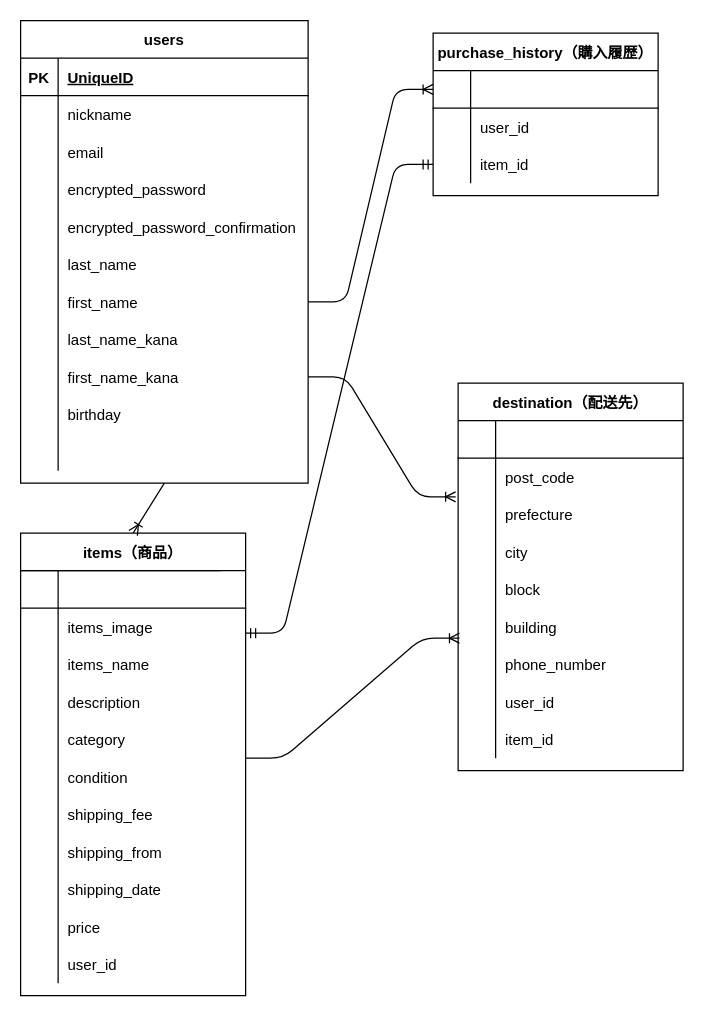
Before: furima.dio in btpgy54/furima-37674, a draw.io diagram. Source tidied: cells renumbered, new cells numbered last; positions are measured from the earlier drawing's top-left corner, leaving out a move shared by most shapes. Both pictures are drawn from the tidied source at 125%, with x=0, y=0 at pixel (20, 20).
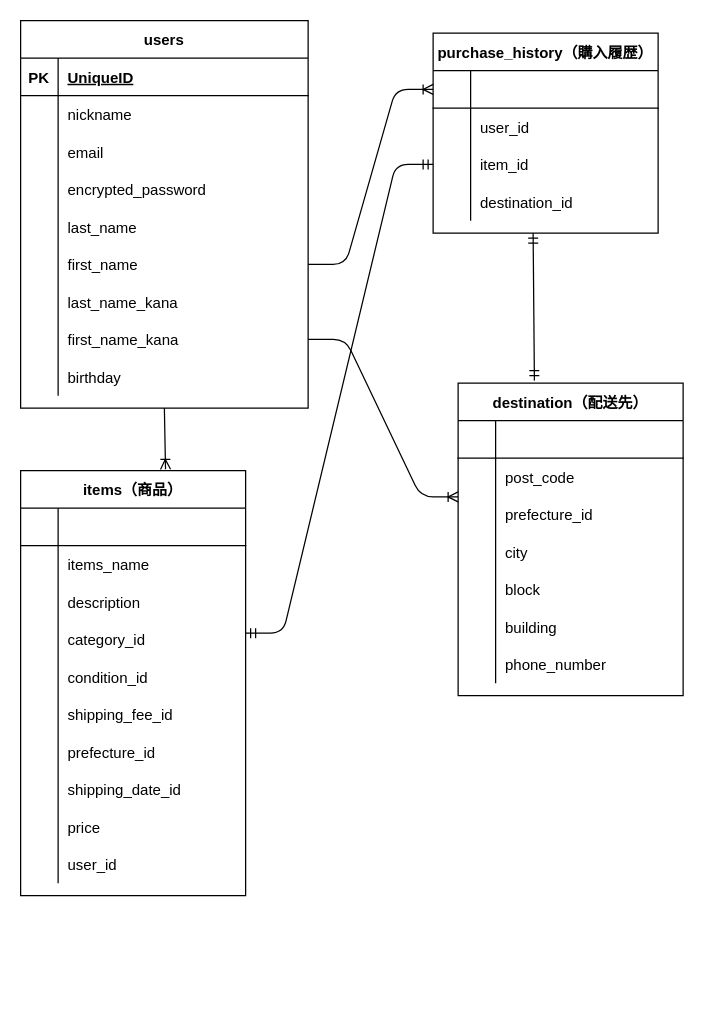
After the change.

Commit message (it also covers changes not shown here):
データベース設計の修正

The change refers to these unchanged cells:
```xml
<mxCell id="43" style="shape=partialRectangle;fillColor=none;top=0;left=0;bottom=0;right=0;points=[[0,0.5],[1,0.5]];portConstraint=eastwest;" parent="36" vertex="1">
  <mxGeometry y="90" width="180" height="30" as="geometry" />
</mxCell>
<mxCell id="52" style="shape=partialRectangle;fillColor=none;top=0;left=0;bottom=0;right=0;points=[[0,0.5],[1,0.5]];portConstraint=eastwest;" parent="36" vertex="1">
  <mxGeometry y="180" width="180" height="30" as="geometry" />
</mxCell>
```

The edit, as a diff of the source:
```diff
@@
     <mxCell id="2" value="users" style="shape=table;startSize=30;childLayout=tableLayout;rowLines=0;fontStyle=1;align=center;" parent="1" vertex="1">
-      <mxGeometry width="230" height="370" as="geometry" />
+      <mxGeometry width="230" height="310" as="geometry" />
     </mxCell>
@@
-    <mxCell id="15" style="shape=partialRectangle;fillColor=none;top=0;left=0;bottom=0;right=0;" parent="2" vertex="1">
-      <mxGeometry y="150" width="230" height="30" as="geometry" />
-    </mxCell>
-    <mxCell id="16" style="shape=partialRectangle;fillColor=none;top=0;left=0;bottom=0;right=0;overflow=hidden;" parent="15" vertex="1">
-      <mxGeometry width="30" height="30" as="geometry" />
-    </mxCell>
-    <mxCell id="17" value="encrypted_password_confirmation" style="shape=partialRectangle;fillColor=none;top=0;left=0;bottom=0;right=0;align=left;spacingLeft=6;overflow=hidden;" parent="15" vertex="1">
-      <mxGeometry x="30" width="200" height="30" as="geometry" />
-    </mxCell>
     <mxCell id="18" style="shape=partialRectangle;fillColor=none;top=0;left=0;bottom=0;right=0;" parent="2" vertex="1">
-      <mxGeometry y="180" width="230" height="30" as="geometry" />
+      <mxGeometry y="150" width="230" height="30" as="geometry" />
     </mxCell>
@@
     <mxCell id="21" style="shape=partialRectangle;fillColor=none;top=0;left=0;bottom=0;right=0;points=[[0,0.5],[1,0.5]];portConstraint=eastwest;" parent="2" vertex="1">
-      <mxGeometry y="210" width="230" height="30" as="geometry" />
+      <mxGeometry y="180" width="230" height="30" as="geometry" />
     </mxCell>
@@
     <mxCell id="24" style="shape=partialRectangle;fillColor=none;top=0;left=0;bottom=0;right=0;" parent="2" vertex="1">
-      <mxGeometry y="240" width="230" height="30" as="geometry" />
+      <mxGeometry y="210" width="230" height="30" as="geometry" />
     </mxCell>
@@
     <mxCell id="27" style="shape=partialRectangle;fillColor=none;top=0;left=0;bottom=0;right=0;points=[[0,0.5],[1,0.5]];portConstraint=eastwest;" parent="2" vertex="1">
-      <mxGeometry y="270" width="230" height="30" as="geometry" />
+      <mxGeometry y="240" width="230" height="30" as="geometry" />
     </mxCell>
@@
     <mxCell id="30" style="shape=partialRectangle;fillColor=none;top=0;left=0;bottom=0;right=0;" parent="2" vertex="1">
-      <mxGeometry y="300" width="230" height="30" as="geometry" />
+      <mxGeometry y="270" width="230" height="30" as="geometry" />
     </mxCell>
@@
-    <mxCell id="33" style="shape=partialRectangle;fillColor=none;top=0;left=0;bottom=0;right=0;" parent="2" vertex="1">
-      <mxGeometry y="330" width="230" height="30" as="geometry" />
-    </mxCell>
-    <mxCell id="34" style="shape=partialRectangle;fillColor=none;top=0;left=0;bottom=0;right=0;overflow=hidden;" parent="33" vertex="1">
-      <mxGeometry width="30" height="30" as="geometry" />
-    </mxCell>
-    <mxCell id="35" style="shape=partialRectangle;fillColor=none;top=0;left=0;bottom=0;right=0;align=left;spacingLeft=6;overflow=hidden;" parent="33" vertex="1">
-      <mxGeometry x="30" width="200" height="30" as="geometry" />
-    </mxCell>
     <mxCell id="36" value="destination（配送先）" style="shape=table;startSize=30;childLayout=tableLayout;rowLines=0;fontStyle=1;align=center;" parent="1" vertex="1">
-      <mxGeometry x="350" y="290" width="180" height="310" as="geometry" />
+      <mxGeometry x="350" y="290" width="180" height="250" as="geometry" />
     </mxCell>
@@
-    <mxCell id="45" value="prefecture" style="shape=partialRectangle;fillColor=none;top=0;left=0;bottom=0;right=0;align=left;spacingLeft=6;overflow=hidden;" parent="43" vertex="1">
+    <mxCell id="45" value="prefecture_id" style="shape=partialRectangle;fillColor=none;top=0;left=0;bottom=0;right=0;align=left;spacingLeft=6;overflow=hidden;" parent="43" vertex="1">
       <mxGeometry x="30" width="150" height="30" as="geometry" />
     </mxCell>
@@
-    <mxCell id="58" style="shape=partialRectangle;fillColor=none;top=0;left=0;bottom=0;right=0;" parent="36" vertex="1">
-      <mxGeometry y="240" width="180" height="30" as="geometry" />
-    </mxCell>
-    <mxCell id="59" style="shape=partialRectangle;fillColor=none;top=0;left=0;bottom=0;right=0;overflow=hidden;" parent="58" vertex="1">
-      <mxGeometry width="30" height="30" as="geometry" />
-    </mxCell>
-    <mxCell id="60" value="user_id" style="shape=partialRectangle;fillColor=none;top=0;left=0;bottom=0;right=0;align=left;spacingLeft=6;overflow=hidden;" parent="58" vertex="1">
-      <mxGeometry x="30" width="150" height="30" as="geometry" />
-    </mxCell>
-    <mxCell id="61" style="shape=partialRectangle;fillColor=none;top=0;left=0;bottom=0;right=0;" parent="36" vertex="1">
-      <mxGeometry y="270" width="180" height="30" as="geometry" />
-    </mxCell>
-    <mxCell id="62" style="shape=partialRectangle;fillColor=none;top=0;left=0;bottom=0;right=0;overflow=hidden;" parent="61" vertex="1">
-      <mxGeometry width="30" height="30" as="geometry" />
-    </mxCell>
-    <mxCell id="63" value="item_id" style="shape=partialRectangle;fillColor=none;top=0;left=0;bottom=0;right=0;align=left;spacingLeft=6;overflow=hidden;" parent="61" vertex="1">
-      <mxGeometry x="30" width="150" height="30" as="geometry" />
-    </mxCell>
     <mxCell id="64" value="items（商品）" style="shape=table;startSize=30;childLayout=tableLayout;rowLines=0;fontStyle=1;align=center;" parent="1" vertex="1">
-      <mxGeometry y="410" width="180" height="370" as="geometry" />
+      <mxGeometry y="360" width="180" height="340" as="geometry" />
     </mxCell>
@@
-    <mxCell id="68" style="shape=partialRectangle;fillColor=none;top=0;left=0;bottom=0;right=0;" parent="64" vertex="1">
-      <mxGeometry y="60" width="180" height="30" as="geometry" />
-    </mxCell>
-    <mxCell id="69" style="shape=partialRectangle;fillColor=none;top=0;left=0;bottom=0;right=0;overflow=hidden;" parent="68" vertex="1">
-      <mxGeometry width="30" height="30" as="geometry" />
-    </mxCell>
-    <mxCell id="70" value="items_image" style="shape=partialRectangle;fillColor=none;top=0;left=0;bottom=0;right=0;align=left;spacingLeft=6;overflow=hidden;" parent="68" vertex="1">
-      <mxGeometry x="30" width="150" height="30" as="geometry" />
-    </mxCell>
     <mxCell id="71" style="shape=partialRectangle;fillColor=none;top=0;left=0;bottom=0;right=0;" parent="64" vertex="1">
-      <mxGeometry y="90" width="180" height="30" as="geometry" />
+      <mxGeometry y="60" width="180" height="30" as="geometry" />
     </mxCell>
@@
     <mxCell id="74" style="shape=partialRectangle;fillColor=none;top=0;left=0;bottom=0;right=0;" parent="64" vertex="1">
-      <mxGeometry y="120" width="180" height="30" as="geometry" />
+      <mxGeometry y="90" width="180" height="30" as="geometry" />
     </mxCell>
@@
     <mxCell id="77" style="shape=partialRectangle;fillColor=none;top=0;left=0;bottom=0;right=0;" parent="64" vertex="1">
-      <mxGeometry y="150" width="180" height="30" as="geometry" />
+      <mxGeometry y="120" width="180" height="30" as="geometry" />
     </mxCell>
@@
-    <mxCell id="79" value="category" style="shape=partialRectangle;fillColor=none;top=0;left=0;bottom=0;right=0;align=left;spacingLeft=6;overflow=hidden;" parent="77" vertex="1">
+    <mxCell id="79" value="category_id" style="shape=partialRectangle;fillColor=none;top=0;left=0;bottom=0;right=0;align=left;spacingLeft=6;overflow=hidden;" parent="77" vertex="1">
       <mxGeometry x="30" width="150" height="30" as="geometry" />
     </mxCell>
     <mxCell id="80" style="shape=partialRectangle;fillColor=none;top=0;left=0;bottom=0;right=0;" parent="64" vertex="1">
-      <mxGeometry y="180" width="180" height="30" as="geometry" />
+      <mxGeometry y="150" width="180" height="30" as="geometry" />
     </mxCell>
@@
-    <mxCell id="82" value="condition" style="shape=partialRectangle;fillColor=none;top=0;left=0;bottom=0;right=0;align=left;spacingLeft=6;overflow=hidden;" parent="80" vertex="1">
+    <mxCell id="82" value="condition_id" style="shape=partialRectangle;fillColor=none;top=0;left=0;bottom=0;right=0;align=left;spacingLeft=6;overflow=hidden;" parent="80" vertex="1">
       <mxGeometry x="30" width="150" height="30" as="geometry" />
     </mxCell>
     <mxCell id="83" style="shape=partialRectangle;fillColor=none;top=0;left=0;bottom=0;right=0;" parent="64" vertex="1">
-      <mxGeometry y="210" width="180" height="30" as="geometry" />
+      <mxGeometry y="180" width="180" height="30" as="geometry" />
     </mxCell>
@@
-    <mxCell id="85" value="shipping_fee" style="shape=partialRectangle;fillColor=none;top=0;left=0;bottom=0;right=0;align=left;spacingLeft=6;overflow=hidden;" parent="83" vertex="1">
+    <mxCell id="85" value="shipping_fee_id" style="shape=partialRectangle;fillColor=none;top=0;left=0;bottom=0;right=0;align=left;spacingLeft=6;overflow=hidden;" parent="83" vertex="1">
       <mxGeometry x="30" width="150" height="30" as="geometry" />
     </mxCell>
     <mxCell id="86" style="shape=partialRectangle;fillColor=none;top=0;left=0;bottom=0;right=0;" parent="64" vertex="1">
-      <mxGeometry y="240" width="180" height="30" as="geometry" />
+      <mxGeometry y="210" width="180" height="30" as="geometry" />
     </mxCell>
@@
-    <mxCell id="88" value="shipping_from" style="shape=partialRectangle;fillColor=none;top=0;left=0;bottom=0;right=0;align=left;spacingLeft=6;overflow=hidden;" parent="86" vertex="1">
+    <mxCell id="88" value="prefecture_id" style="shape=partialRectangle;fillColor=none;top=0;left=0;bottom=0;right=0;align=left;spacingLeft=6;overflow=hidden;" parent="86" vertex="1">
       <mxGeometry x="30" width="150" height="30" as="geometry" />
     </mxCell>
     <mxCell id="89" style="shape=partialRectangle;fillColor=none;top=0;left=0;bottom=0;right=0;" parent="64" vertex="1">
-      <mxGeometry y="270" width="180" height="30" as="geometry" />
+      <mxGeometry y="240" width="180" height="30" as="geometry" />
     </mxCell>
@@
-    <mxCell id="91" value="shipping_date" style="shape=partialRectangle;fillColor=none;top=0;left=0;bottom=0;right=0;align=left;spacingLeft=6;overflow=hidden;" parent="89" vertex="1">
+    <mxCell id="91" value="shipping_date_id" style="shape=partialRectangle;fillColor=none;top=0;left=0;bottom=0;right=0;align=left;spacingLeft=6;overflow=hidden;" parent="89" vertex="1">
       <mxGeometry x="30" width="150" height="30" as="geometry" />
     </mxCell>
     <mxCell id="92" style="shape=partialRectangle;fillColor=none;top=0;left=0;bottom=0;right=0;" parent="64" vertex="1">
-      <mxGeometry y="300" width="180" height="30" as="geometry" />
+      <mxGeometry y="270" width="180" height="30" as="geometry" />
     </mxCell>
@@
     <mxCell id="95" style="shape=partialRectangle;fillColor=none;top=0;left=0;bottom=0;right=0;" parent="64" vertex="1">
-      <mxGeometry y="330" width="180" height="30" as="geometry" />
+      <mxGeometry y="300" width="180" height="30" as="geometry" />
     </mxCell>
@@
-    <mxCell id="98" style="endArrow=none;html=1;rounded=0;strokeColor=default;" parent="1" edge="1">
-      <mxGeometry relative="1" as="geometry">
-        <mxPoint y="440" as="sourcePoint" />
-        <mxPoint x="160" y="440" as="targetPoint" />
-      </mxGeometry>
-    </mxCell>
-    <mxCell id="99" style="fontSize=12;html=1;endArrow=ERoneToMany;strokeColor=default;exitX=0.5;exitY=1;exitDx=0;exitDy=0;" parent="1" edge="1" source="2">
-      <mxGeometry relative="1" as="geometry">
-        <mxPoint x="90" y="410" as="targetPoint" />
-      </mxGeometry>
+    <mxCell id="99" style="fontSize=12;html=1;endArrow=ERoneToMany;strokeColor=default;exitX=0.5;exitY=1;exitDx=0;exitDy=0;entryX=0.644;entryY=-0.003;entryDx=0;entryDy=0;entryPerimeter=0;" parent="1" edge="1" source="2" target="64">
+      <mxGeometry relative="1" as="geometry" />
     </mxCell>
-    <mxCell id="100" style="edgeStyle=entityRelationEdgeStyle;fontSize=12;html=1;endArrow=ERoneToMany;strokeColor=default;exitX=1;exitY=0.5;exitDx=0;exitDy=0;entryX=-0.011;entryY=0.033;entryDx=0;entryDy=0;entryPerimeter=0;" parent="1" edge="1" source="27" target="43">
-      <mxGeometry relative="1" as="geometry" />
+    <mxCell id="100" style="edgeStyle=entityRelationEdgeStyle;fontSize=12;html=1;endArrow=ERoneToMany;strokeColor=default;exitX=1;exitY=0.5;exitDx=0;exitDy=0;" parent="1" edge="1" source="27">
+      <mxGeometry relative="1" as="geometry">
+        <mxPoint x="350" y="381" as="targetPoint" />
+      </mxGeometry>
     </mxCell>
     <mxCell id="101" value="purchase_history（購入履歴）" style="shape=table;startSize=30;childLayout=tableLayout;rowLines=0;fontStyle=1;align=center;" parent="1" vertex="1">
-      <mxGeometry x="330" y="10" width="180" height="130" as="geometry" />
+      <mxGeometry x="330" y="10" width="180" height="160" as="geometry" />
     </mxCell>
@@
+    <mxCell id="114" style="shape=partialRectangle;fillColor=none;top=0;left=0;bottom=0;right=0;" parent="101" vertex="1">
+      <mxGeometry y="120" width="180" height="30" as="geometry" />
+    </mxCell>
+    <mxCell id="115" style="shape=partialRectangle;fillColor=none;top=0;left=0;bottom=0;right=0;overflow=hidden;" parent="114" vertex="1">
+      <mxGeometry width="30" height="30" as="geometry" />
+    </mxCell>
+    <mxCell id="116" value="destination_id" style="shape=partialRectangle;fillColor=none;top=0;left=0;bottom=0;right=0;align=left;spacingLeft=6;overflow=hidden;" parent="114" vertex="1">
+      <mxGeometry x="30" width="150" height="30" as="geometry" />
+    </mxCell>
@@
-    <mxCell id="113" style="edgeStyle=entityRelationEdgeStyle;fontSize=12;html=1;endArrow=ERoneToMany;entryX=0.006;entryY=0.8;entryDx=0;entryDy=0;entryPerimeter=0;" parent="1" edge="1" target="52">
-      <mxGeometry relative="1" as="geometry">
-        <mxPoint x="180" y="590" as="sourcePoint" />
-      </mxGeometry>
-    </mxCell>
+    <mxCell id="117" style="fontSize=12;html=1;endArrow=ERmandOne;startArrow=ERmandOne;exitX=0.339;exitY=-0.008;exitDx=0;exitDy=0;exitPerimeter=0;" parent="1" edge="1" source="36">
+      <mxGeometry relative="1" as="geometry">
+        <mxPoint x="410" y="170" as="targetPoint" />
+      </mxGeometry>
+    </mxCell>
```
